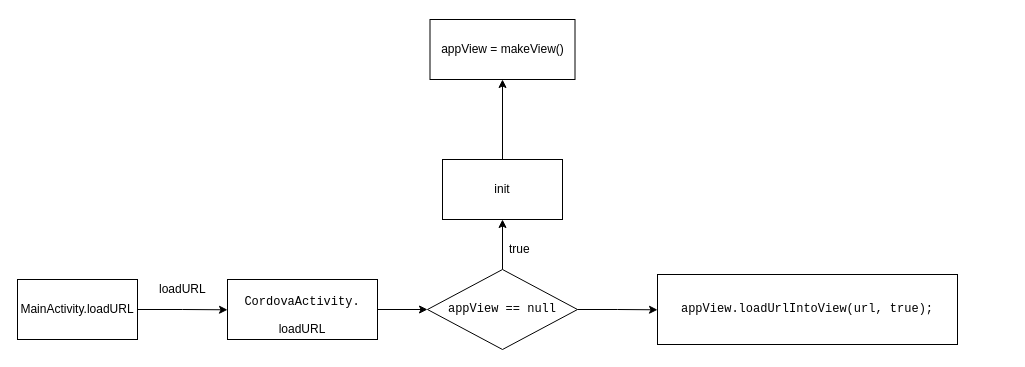
Earlier version of the draw.io diagram webview启动.drawio (leileizhou/pic). Source tidied: cells renumbered, new cells numbered last; positions are measured from the earlier drawing's top-left corner, leaving out a move shared by most shapes. Both pictures are drawn from the tidied source at 100%, with x=0, y=0 at pixel (17, 19).
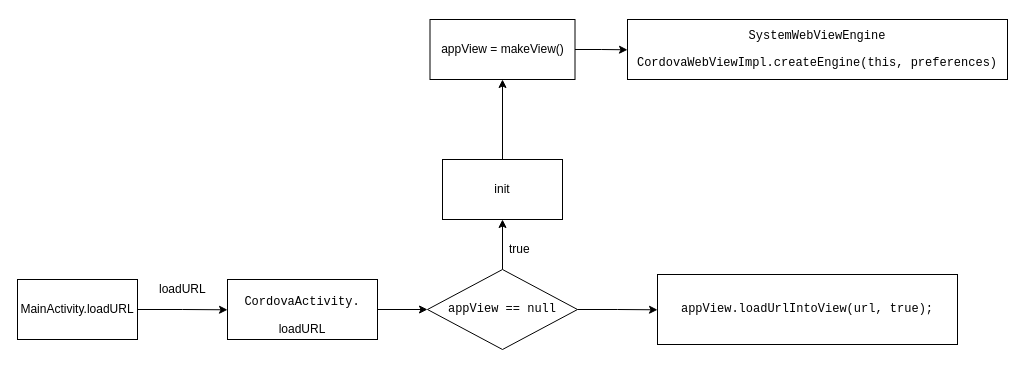
The same diagram, later.

The edit, as a diff of the source:
```diff
@@
 <mxGraphModel>
   <root>
     <mxCell id="0" />
     <mxCell id="1" parent="0" />
     <mxCell id="2" style="edgeStyle=orthogonalEdgeStyle;rounded=0;jettySize=auto;html=1;exitX=1;exitY=0.5;exitDx=0;exitDy=0;" parent="1" edge="1" source="3">
       <mxGeometry relative="1" as="geometry">
         <mxPoint x="210" y="290.3" as="targetPoint" />
       </mxGeometry>
     </mxCell>
     <mxCell id="3" value="MainActivity.&lt;span&gt;loadURL&lt;/span&gt;" style="rounded=0;whiteSpace=wrap;html=1;" parent="1" vertex="1">
       <mxGeometry y="260" width="120" height="60" as="geometry" />
     </mxCell>
     <mxCell id="4" value="loadURL" style="text;html=1;align=left;verticalAlign=top;spacingTop=-4;" parent="1" vertex="1">
       <mxGeometry x="140" y="260" width="60" height="20" as="geometry" />
     </mxCell>
     <mxCell id="5" style="edgeStyle=orthogonalEdgeStyle;rounded=0;jettySize=auto;html=1;exitX=1;exitY=0.5;exitDx=0;exitDy=0;entryX=0;entryY=0.5;entryDx=0;entryDy=0;" parent="1" edge="1" source="6" target="9">
       <mxGeometry relative="1" as="geometry" />
     </mxCell>
     <mxCell id="6" value="&lt;pre&gt;&lt;span&gt;CordovaActivity.&lt;/span&gt;&lt;/pre&gt;&lt;span&gt;loadURL&lt;/span&gt;" style="rounded=0;whiteSpace=wrap;html=1;" parent="1" vertex="1">
       <mxGeometry x="210" y="260" width="150" height="60" as="geometry" />
     </mxCell>
     <mxCell id="7" style="edgeStyle=orthogonalEdgeStyle;rounded=0;jettySize=auto;html=1;" parent="1" edge="1" source="9">
       <mxGeometry relative="1" as="geometry">
         <mxPoint x="485" y="200" as="targetPoint" />
       </mxGeometry>
     </mxCell>
     <mxCell id="8" style="edgeStyle=orthogonalEdgeStyle;rounded=0;jettySize=auto;html=1;exitX=1;exitY=0.5;exitDx=0;exitDy=0;" parent="1" edge="1" source="9">
       <mxGeometry relative="1" as="geometry">
         <mxPoint x="640" y="290.3" as="targetPoint" />
       </mxGeometry>
     </mxCell>
     <mxCell id="9" value="&lt;pre&gt;&lt;span&gt;appView&lt;/span&gt; == &lt;span&gt;null&lt;/span&gt;&lt;/pre&gt;" style="rhombus;whiteSpace=wrap;html=1;" parent="1" vertex="1">
       <mxGeometry x="410" y="250" width="150" height="80" as="geometry" />
     </mxCell>
     <mxCell id="10" value="true" style="text;html=1;align=left;verticalAlign=top;spacingTop=-4;" parent="1" vertex="1">
       <mxGeometry x="490" y="220" width="40" height="20" as="geometry" />
     </mxCell>
     <mxCell id="11" style="edgeStyle=orthogonalEdgeStyle;rounded=0;jettySize=auto;html=1;" parent="1" edge="1" source="12" target="13">
       <mxGeometry relative="1" as="geometry" />
     </mxCell>
     <mxCell id="12" value="init" style="rounded=0;whiteSpace=wrap;html=1;" parent="1" vertex="1">
       <mxGeometry x="425" y="140" width="120" height="60" as="geometry" />
     </mxCell>
+    <mxCell id="15" style="edgeStyle=orthogonalEdgeStyle;rounded=0;jettySize=auto;html=1;exitX=1;exitY=0.5;exitDx=0;exitDy=0;" parent="1" edge="1" source="13">
+      <mxGeometry relative="1" as="geometry">
+        <mxPoint x="610" y="30.3" as="targetPoint" />
+      </mxGeometry>
+    </mxCell>
     <mxCell id="13" value="appView = makeView()" style="rounded=0;whiteSpace=wrap;html=1;" parent="1" vertex="1">
       <mxGeometry x="412.5" width="145" height="60" as="geometry" />
     </mxCell>
     <mxCell id="14" value="&lt;pre&gt;&lt;span&gt;appView&lt;/span&gt;.loadUrlIntoView(url, &lt;span&gt;true&lt;/span&gt;);&lt;/pre&gt;" style="rounded=0;whiteSpace=wrap;html=1;" parent="1" vertex="1">
       <mxGeometry x="640" y="255" width="300" height="70" as="geometry" />
     </mxCell>
+    <mxCell id="16" value="&lt;pre&gt;&lt;span&gt;SystemWebViewEngine&lt;/span&gt;&lt;/pre&gt;&lt;pre&gt;CordovaWebViewImpl.&lt;span&gt;createEngine&lt;/span&gt;(&lt;span&gt;this&lt;/span&gt;, &lt;span&gt;preferences&lt;/span&gt;)&lt;/pre&gt;" style="rounded=0;whiteSpace=wrap;html=1;" parent="1" vertex="1">
+      <mxGeometry x="610" width="380" height="60" as="geometry" />
+    </mxCell>
   </root>
 </mxGraphModel>
```
